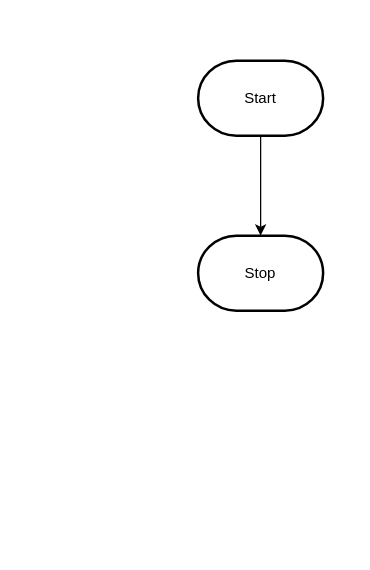
Earlier version of the draw.io diagram design/flowchart.drawio (fetuha-gebremekeal/ICD2O-Unit-6-03-nathan-desilva). Source tidied: cells renumbered, new cells numbered last; positions are measured from the earlier drawing's top-left corner, leaving out a move shared by most shapes. Both pictures are drawn from the tidied source at 125%, with x=0, y=0 at pixel (198, 60).
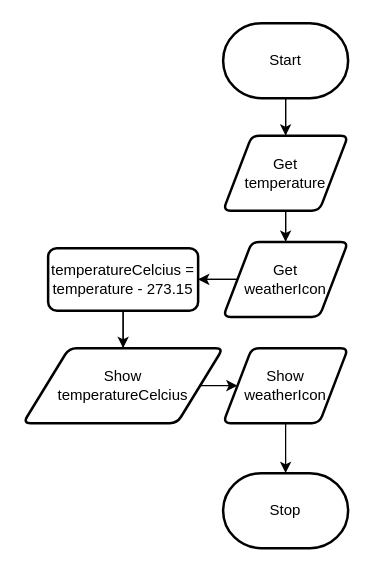
The same page after the edit.

Change to the diagram source:
```diff
@@
 <mxGraphModel>
   <root>
     <mxCell id="0" />
     <mxCell id="1" parent="0" />
-    <mxCell id="2" style="edgeStyle=orthogonalEdgeStyle;html=1;rounded=0;" parent="1" edge="1" source="3" target="4">
+    <mxCell id="2" style="edgeStyle=orthogonalEdgeStyle;html=1;rounded=0;startArrow=none;" parent="1" edge="1" source="18" target="4">
       <mxGeometry relative="1" as="geometry" />
     </mxCell>
+    <mxCell id="5" style="edgeStyle=none;html=1;" parent="1" edge="1" source="3" target="8">
+      <mxGeometry relative="1" as="geometry" />
+    </mxCell>
     <mxCell id="3" value="Start" style="strokeWidth=2;html=1;shape=mxgraph.flowchart.terminator;whiteSpace=wrap;" parent="1" vertex="1">
-      <mxGeometry width="100" height="60" as="geometry" />
+      <mxGeometry x="20" y="-30" width="100" height="60" as="geometry" />
     </mxCell>
     <mxCell id="4" value="Stop" style="strokeWidth=2;html=1;shape=mxgraph.flowchart.terminator;whiteSpace=wrap;" parent="1" vertex="1">
-      <mxGeometry y="140" width="100" height="60" as="geometry" />
+      <mxGeometry x="20" y="330" width="100" height="60" as="geometry" />
     </mxCell>
+    <mxCell id="6" style="edgeStyle=orthogonalEdgeStyle;html=1;rounded=0;endArrow=none;" parent="1" edge="1" source="3" target="8">
+      <mxGeometry relative="1" as="geometry" />
+    </mxCell>
+    <mxCell id="7" style="edgeStyle=none;html=1;entryX=0.5;entryY=0;entryDx=0;entryDy=0;" parent="1" edge="1" source="8" target="11">
+      <mxGeometry relative="1" as="geometry" />
+    </mxCell>
+    <mxCell id="8" value="Get&lt;br&gt;temperature" style="shape=parallelogram;html=1;strokeWidth=2;perimeter=parallelogramPerimeter;whiteSpace=wrap;rounded=1;arcSize=12;size=0.23;" parent="1" vertex="1">
+      <mxGeometry x="20" y="60" width="100" height="60" as="geometry" />
+    </mxCell>
+    <mxCell id="9" style="edgeStyle=orthogonalEdgeStyle;html=1;rounded=0;startArrow=none;endArrow=none;" parent="1" edge="1" source="8" target="11">
+      <mxGeometry relative="1" as="geometry" />
+    </mxCell>
+    <mxCell id="10" style="edgeStyle=none;html=1;" parent="1" edge="1" source="11" target="14">
+      <mxGeometry relative="1" as="geometry" />
+    </mxCell>
+    <mxCell id="11" value="Get&lt;br&gt;weatherIcon" style="shape=parallelogram;html=1;strokeWidth=2;perimeter=parallelogramPerimeter;whiteSpace=wrap;rounded=1;arcSize=12;size=0.23;" parent="1" vertex="1">
+      <mxGeometry x="20" y="145" width="100" height="60" as="geometry" />
+    </mxCell>
+    <mxCell id="12" style="edgeStyle=orthogonalEdgeStyle;html=1;rounded=0;startArrow=none;endArrow=none;" parent="1" edge="1" source="11" target="14">
+      <mxGeometry relative="1" as="geometry" />
+    </mxCell>
+    <mxCell id="13" style="edgeStyle=none;html=1;entryX=0.5;entryY=0;entryDx=0;entryDy=0;" parent="1" edge="1" source="14" target="17">
+      <mxGeometry relative="1" as="geometry" />
+    </mxCell>
+    <mxCell id="14" value="temperatureCelcius =&lt;br&gt;temperature -&amp;nbsp;273.15" style="rounded=1;whiteSpace=wrap;html=1;absoluteArcSize=1;arcSize=14;strokeWidth=2;" parent="1" vertex="1">
+      <mxGeometry x="-120" y="150" width="120" height="50" as="geometry" />
+    </mxCell>
+    <mxCell id="15" style="edgeStyle=orthogonalEdgeStyle;html=1;rounded=0;startArrow=none;endArrow=none;" parent="1" edge="1" source="14" target="17">
+      <mxGeometry relative="1" as="geometry" />
+    </mxCell>
+    <mxCell id="16" style="edgeStyle=none;html=1;entryX=0;entryY=0.5;entryDx=0;entryDy=0;" parent="1" edge="1" source="17" target="18">
+      <mxGeometry relative="1" as="geometry" />
+    </mxCell>
+    <mxCell id="17" value="Show&lt;br&gt;temperatureCelcius" style="shape=parallelogram;html=1;strokeWidth=2;perimeter=parallelogramPerimeter;whiteSpace=wrap;rounded=1;arcSize=12;size=0.23;" parent="1" vertex="1">
+      <mxGeometry x="-140" y="230" width="160" height="60" as="geometry" />
+    </mxCell>
+    <mxCell id="18" value="Show&lt;br&gt;weatherIcon" style="shape=parallelogram;html=1;strokeWidth=2;perimeter=parallelogramPerimeter;whiteSpace=wrap;rounded=1;arcSize=12;size=0.23;" parent="1" vertex="1">
+      <mxGeometry x="20" y="230" width="100" height="60" as="geometry" />
+    </mxCell>
   </root>
 </mxGraphModel>
```
